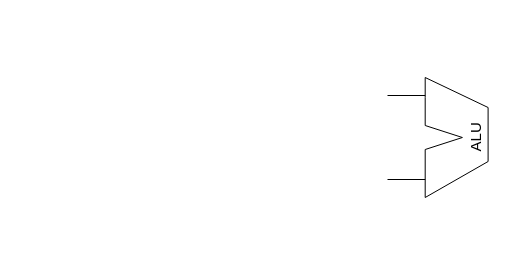
DavidZyy/drawio_repo keeps this draw.io diagram as Untitled Diagram.drawio. Above is the earlier version. Source tidied: cells renumbered, new cells numbered last; positions are measured from the earlier drawing's top-left corner, leaving out a move shared by most shapes. Both pictures are drawn from the tidied source at 100%, with x=0, y=0 at pixel (387, 77).
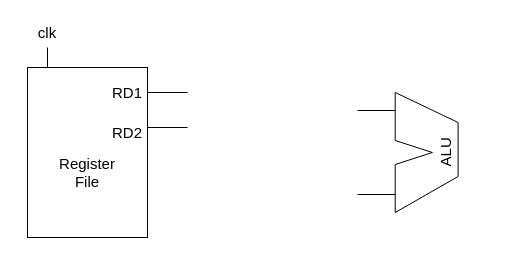
Above is the later version.

The edit, as a diff of the source:
```diff
@@
-    <mxCell id="2" style="group;" parent="1" vertex="1">
-      <mxGeometry width="109" height="120" as="geometry" />
-    </mxCell>
+    <mxCell id="12" style="rounded=0;whiteSpace=wrap;html=1;fontSize=15;" parent="1" vertex="1">
+      <mxGeometry x="-360" y="-10" width="120" height="170" as="geometry" />
+    </mxCell>
+    <mxCell id="13" style="group;fillColor=default;" parent="1" vertex="1">
+      <mxGeometry x="-30" y="15" width="109" height="120" as="geometry" />
+    </mxCell>
-    <mxCell id="3" style="endArrow=none;html=1;rounded=0;fontSize=23;" parent="2" edge="1">
+    <mxCell id="3" style="endArrow=none;html=1;rounded=0;fontSize=23;" parent="13" edge="1">
       <mxGeometry relative="1" as="geometry">
         <mxPoint y="18" as="sourcePoint" />
         <mxPoint x="37.7" y="18" as="targetPoint" />
       </mxGeometry>
     </mxCell>
-    <mxCell id="4" style="endArrow=none;html=1;rounded=0;" parent="2" edge="1">
+    <mxCell id="4" style="endArrow=none;html=1;rounded=0;" parent="13" edge="1">
       <mxGeometry relative="1" as="geometry">
         <mxPoint x="37.7" y="48" as="sourcePoint" />
         <mxPoint x="37.7" y="72" as="targetPoint" />
         <Array as="points">
           <mxPoint x="74.9" y="60" />
         </Array>
       </mxGeometry>
     </mxCell>
-    <mxCell id="5" style="endArrow=none;html=1;rounded=0;" parent="2" edge="1">
+    <mxCell id="5" style="endArrow=none;html=1;rounded=0;" parent="13" edge="1">
       <mxGeometry relative="1" as="geometry">
         <mxPoint x="37.7" y="48" as="sourcePoint" />
         <mxPoint x="37.7" as="targetPoint" />
         <Array as="points">
           <mxPoint x="37.7" y="20" />
         </Array>
       </mxGeometry>
     </mxCell>
-    <mxCell id="6" style="endArrow=none;html=1;rounded=0;" parent="2" edge="1">
+    <mxCell id="6" style="endArrow=none;html=1;rounded=0;" parent="13" edge="1">
       <mxGeometry relative="1" as="geometry">
         <mxPoint x="37.7" y="120" as="sourcePoint" />
         <mxPoint x="37.7" y="72" as="targetPoint" />
       </mxGeometry>
     </mxCell>
-    <mxCell id="7" style="endArrow=none;html=1;rounded=0;" parent="2" edge="1">
+    <mxCell id="7" style="endArrow=none;html=1;rounded=0;" parent="13" edge="1">
       <mxGeometry relative="1" as="geometry">
         <mxPoint x="37.7" as="sourcePoint" />
         <mxPoint x="100.6" y="30" as="targetPoint" />
       </mxGeometry>
     </mxCell>
-    <mxCell id="8" style="endArrow=none;html=1;rounded=0;" parent="2" edge="1">
+    <mxCell id="8" style="endArrow=none;html=1;rounded=0;" parent="13" edge="1">
       <mxGeometry relative="1" as="geometry">
         <mxPoint x="100.6" y="84" as="sourcePoint" />
         <mxPoint x="37.7" y="120" as="targetPoint" />
       </mxGeometry>
     </mxCell>
-    <mxCell id="9" style="endArrow=none;html=1;rounded=0;" parent="2" edge="1">
+    <mxCell id="9" style="endArrow=none;html=1;rounded=0;" parent="13" edge="1">
       <mxGeometry relative="1" as="geometry">
         <mxPoint x="100.6" y="84" as="sourcePoint" />
         <mxPoint x="100.6" y="30" as="targetPoint" />
       </mxGeometry>
     </mxCell>
-    <mxCell id="10" value="&lt;font style=&quot;font-size: 15px;&quot;&gt;ALU&lt;/font&gt;" style="text;strokeColor=none;align=center;fillColor=none;html=1;verticalAlign=middle;whiteSpace=wrap;rounded=0;direction=south;rotation=-90;" parent="2" vertex="1">
+    <mxCell id="10" value="&lt;font style=&quot;font-size: 15px;&quot;&gt;ALU&lt;/font&gt;" style="text;strokeColor=none;align=center;fillColor=none;html=1;verticalAlign=middle;whiteSpace=wrap;rounded=0;direction=south;rotation=-90;" parent="13" vertex="1">
       <mxGeometry x="79.3" y="38.3" width="17.4" height="42" as="geometry" />
     </mxCell>
-    <mxCell id="11" style="endArrow=none;html=1;rounded=0;fontSize=23;" parent="2" edge="1">
+    <mxCell id="11" style="endArrow=none;html=1;rounded=0;fontSize=23;" parent="13" edge="1">
       <mxGeometry relative="1" as="geometry">
         <mxPoint y="102" as="sourcePoint" />
         <mxPoint x="37.7" y="102" as="targetPoint" />
       </mxGeometry>
     </mxCell>
+    <mxCell id="14" style="endArrow=none;html=1;rounded=0;fontSize=15;" parent="1" edge="1">
+      <mxGeometry relative="1" as="geometry">
+        <mxPoint x="-340" y="-30" as="sourcePoint" />
+        <mxPoint x="-340" y="-10" as="targetPoint" />
+      </mxGeometry>
+    </mxCell>
+    <mxCell id="15" value="clk" style="text;strokeColor=none;align=center;fillColor=none;html=1;verticalAlign=middle;whiteSpace=wrap;rounded=0;fontSize=15;" parent="1" vertex="1">
+      <mxGeometry x="-370" y="-60" width="60" height="30" as="geometry" />
+    </mxCell>
+    <mxCell id="16" value="Register&lt;br&gt;File" style="text;strokeColor=none;align=center;fillColor=none;html=1;verticalAlign=middle;whiteSpace=wrap;rounded=0;fontSize=15;" parent="1" vertex="1">
+      <mxGeometry x="-330" y="80" width="60" height="30" as="geometry" />
+    </mxCell>
+    <mxCell id="17" style="edgeStyle=none;orthogonalLoop=1;jettySize=auto;html=1;rounded=0;fontSize=15;startArrow=none;startFill=0;endArrow=none;endFill=0;" parent="1" edge="1">
+      <mxGeometry relative="1" as="geometry">
+        <mxPoint x="-240" y="15" as="sourcePoint" />
+        <mxPoint x="-200" y="15" as="targetPoint" />
+      </mxGeometry>
+    </mxCell>
+    <mxCell id="18" style="edgeStyle=none;orthogonalLoop=1;jettySize=auto;html=1;rounded=0;fontSize=15;startArrow=none;startFill=0;endArrow=none;endFill=0;" parent="1" edge="1">
+      <mxGeometry relative="1" as="geometry">
+        <mxPoint x="-240" y="50" as="sourcePoint" />
+        <mxPoint x="-200" y="50" as="targetPoint" />
+      </mxGeometry>
+    </mxCell>
+    <mxCell id="19" value="RD1" style="text;strokeColor=none;align=center;fillColor=none;html=1;verticalAlign=middle;whiteSpace=wrap;rounded=0;fontSize=15;" parent="1" vertex="1">
+      <mxGeometry x="-290" width="60" height="30" as="geometry" />
+    </mxCell>
+    <mxCell id="20" value="RD2" style="text;strokeColor=none;align=center;fillColor=none;html=1;verticalAlign=middle;whiteSpace=wrap;rounded=0;fontSize=15;" parent="1" vertex="1">
+      <mxGeometry x="-290" y="40" width="60" height="30" as="geometry" />
+    </mxCell>
```
